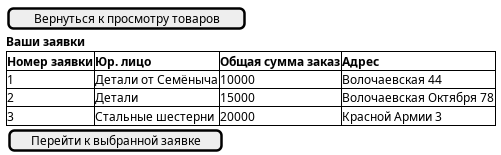
Above: out/uml-диаграммы/Поставщик/Ваши_заявки/Отправление заявки.png in BombasticFantastik/PIS_Course_work (PlantUML), before the change. Its diagram source:
```plantuml
@startsalt Отправление заявки
{
    [Вернуться к просмотру товаров]
    <b>Ваши заявки
    {#<b>Номер заявки|<b>Юр. лицо| <b>Общая сумма заказ| <b>Адрес
    1|Детали от Семёныча|10000|Волочаевская 44
    2|Детали|15000|Волочаевская Октября 78
    3|Стальные шестерни|20000|Красной Армии 3
    }
    {
        [Перейти к выбранной заявке]
    }

}
@endsalt
```
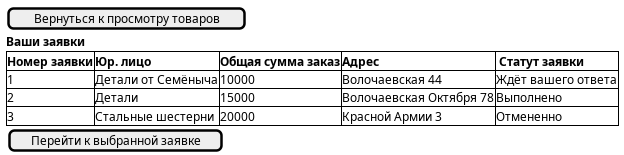
Above is the later version.

Diff of the diagram source:
```diff
@@ -2,10 +2,10 @@
 {
     [Вернуться к просмотру товаров]
     <b>Ваши заявки
-    {#<b>Номер заявки|<b>Юр. лицо| <b>Общая сумма заказ| <b>Адрес
-    1|Детали от Семёныча|10000|Волочаевская 44
-    2|Детали|15000|Волочаевская Октября 78
-    3|Стальные шестерни|20000|Красной Армии 3
+    {#<b>Номер заявки|<b>Юр. лицо| <b>Общая сумма заказ| <b>Адрес| <b> Статут заявки
+    1|Детали от Семёныча|10000|Волочаевская 44 | Ждёт вашего ответа
+    2|Детали|15000|Волочаевская Октября 78 | Выполнено
+    3|Стальные шестерни|20000|Красной Армии 3 | Отмененно
     }
     {
         [Перейти к выбранной заявке]
```
